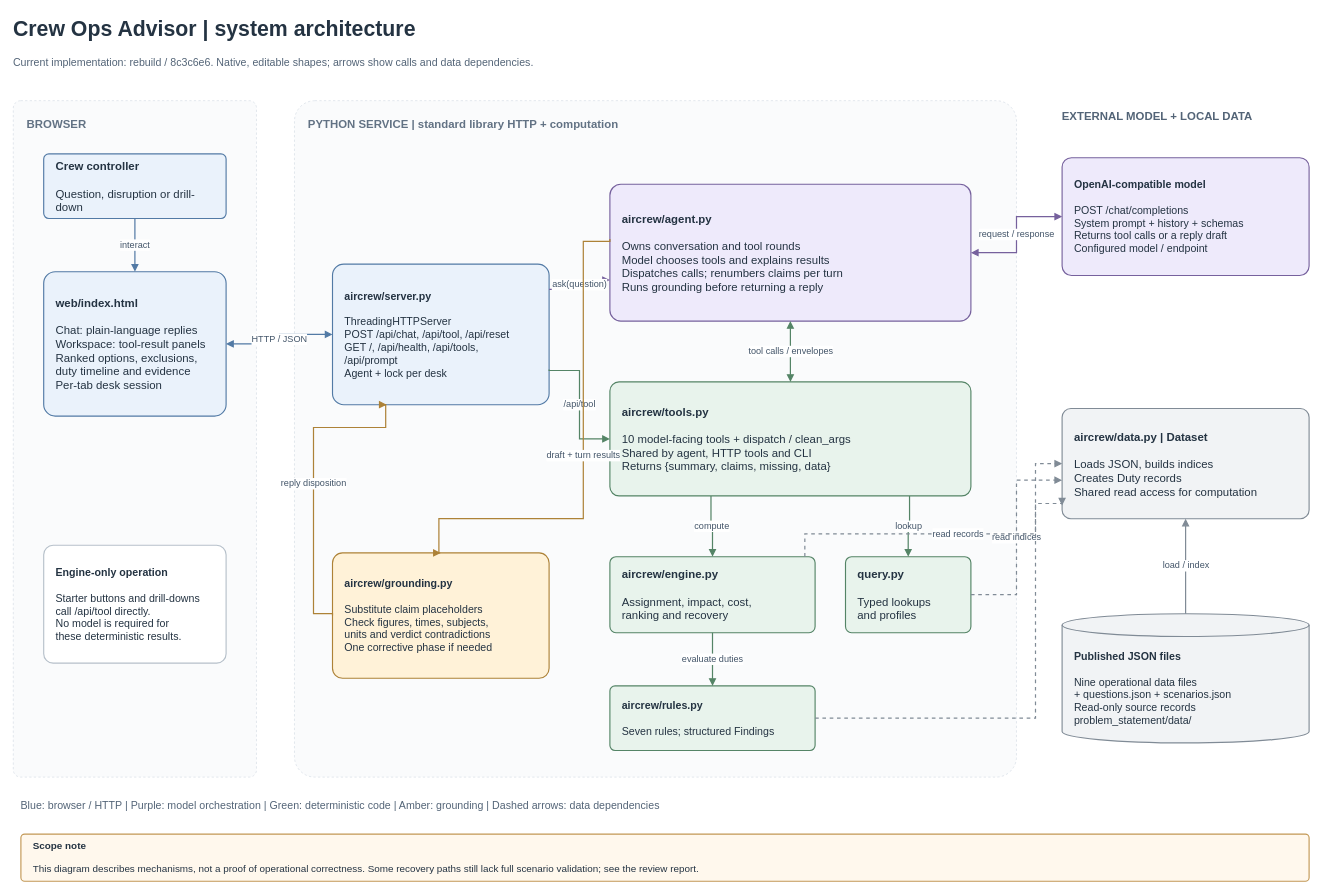
disc0nnctd/aircrew-agent keeps this draw.io diagram as page "01 System overview" (1 of 3) of docs/ARCHITECTURE.drawio. Above is the earlier version. Source tidied: cells renumbered, new cells numbered last; positions are measured from the earlier drawing's top-left corner, leaving out a move shared by most shapes. Both pictures are drawn from the tidied source at 76%, with x=0, y=0 at pixel (13, 13).
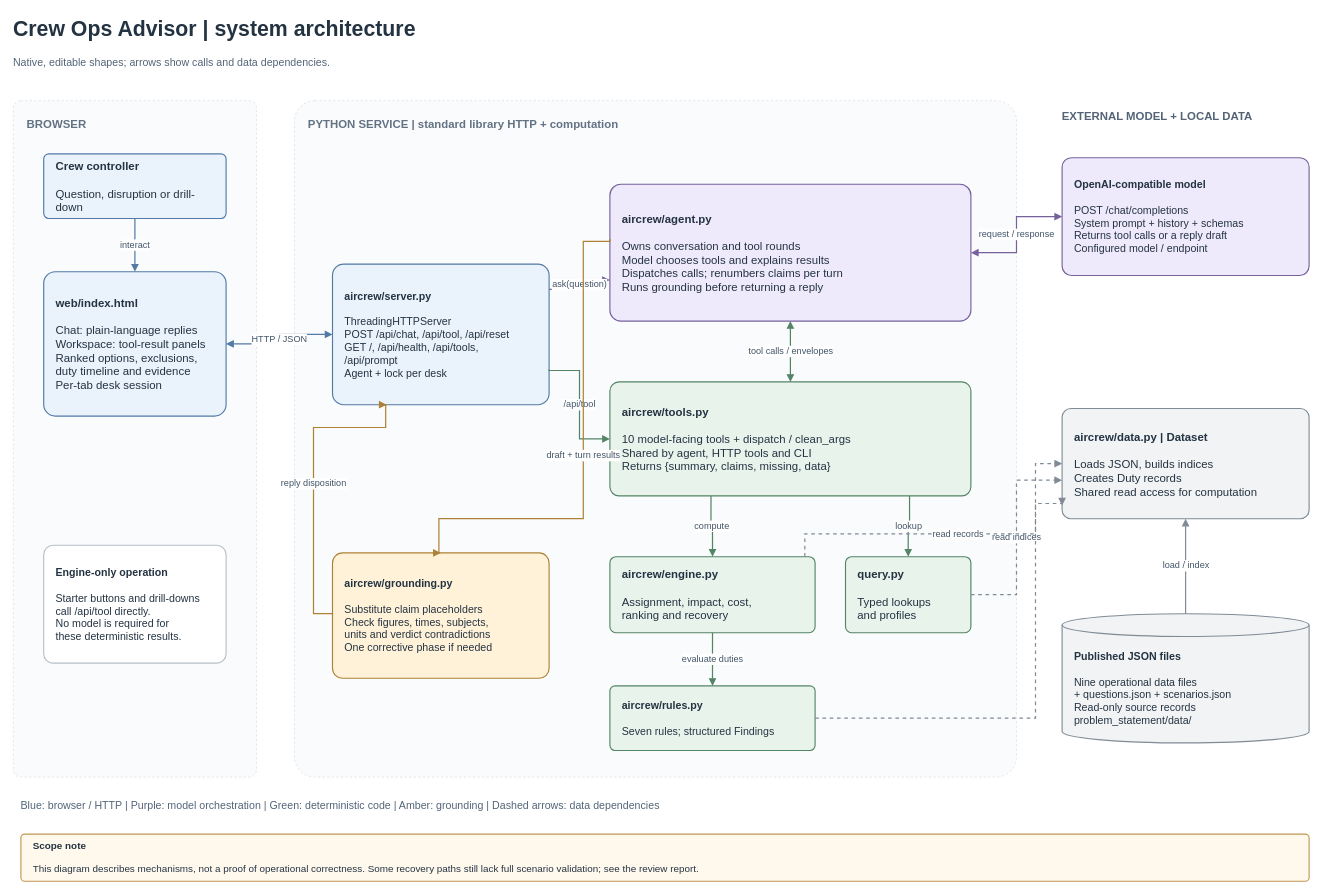
The same page after the edit.

Diff of the diagram source:
```diff
@@
-    <mxCell id="3" value="Current implementation: rebuild / 8c3c6e6. Native, editable shapes; arrows show calls and data dependencies." style="text;html=1;whiteSpace=wrap;align=left;verticalAlign=middle;spacing=0;fontFamily=Helvetica;fontSize=14;fontColor=#536477;fontStyle=0;" parent="1" vertex="1">
+    <mxCell id="3" value="Native, editable shapes; arrows show calls and data dependencies." style="text;html=1;whiteSpace=wrap;align=left;verticalAlign=middle;spacing=0;fontFamily=Helvetica;fontSize=14;fontColor=#536477;fontStyle=0;" parent="1" vertex="1">
       <mxGeometry y="48" width="1720" height="34" as="geometry" />
     </mxCell>
```
